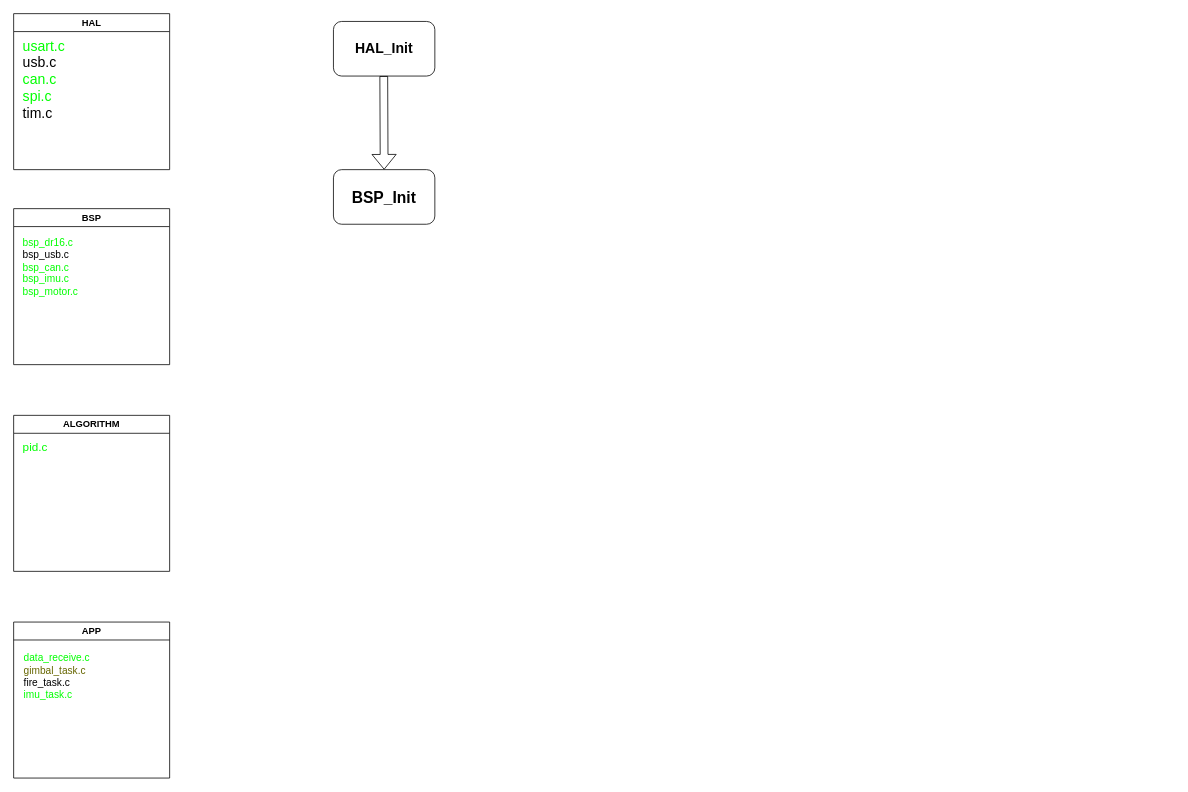
This is demo.drawio from CAYON2023/Git-CAYON, a draw.io file, before an edit. Source tidied: cells renumbered, new cells numbered last; positions are measured from the earlier drawing's top-left corner, leaving out a move shared by most shapes. Both pictures are drawn from the tidied source at 78%, with x=0, y=0 at pixel (13, 13).
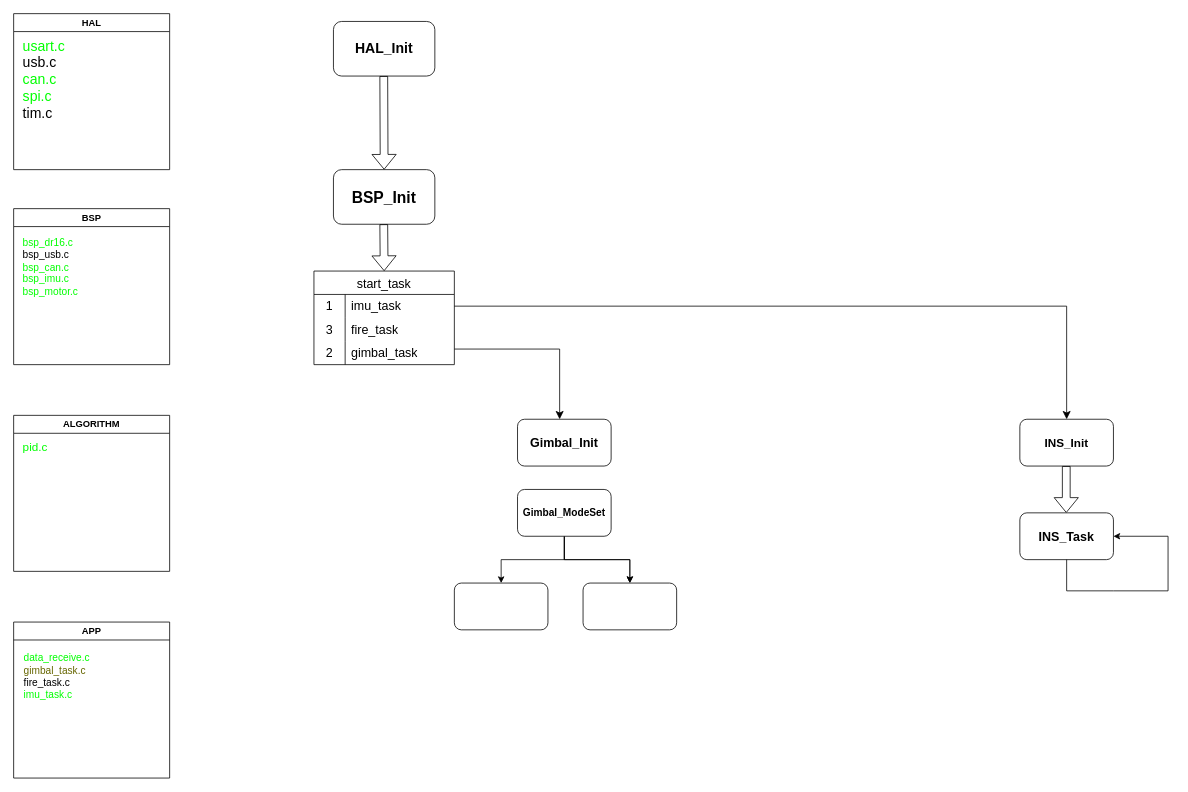
Above is the later version.

The edit, as a diff of the source:
```diff
@@
+    <mxCell id="13" style="shape=flexArrow;endArrow=classic;html=1;rounded=0;" parent="1" edge="1">
+      <mxGeometry relative="1" as="geometry">
+        <mxPoint x="474.5" y="270" as="sourcePoint" />
+        <mxPoint x="475" y="330" as="targetPoint" />
+      </mxGeometry>
+    </mxCell>
+    <mxCell id="14" value="start_task" style="shape=table;startSize=30;childLayout=tableLayout;rowLines=0;fontStyle=0;strokeColor=default;fontSize=16;" parent="1" vertex="1">
+      <mxGeometry x="385" y="330" width="180" height="120" as="geometry" />
+    </mxCell>
+    <mxCell id="15" style="shape=tableRow;horizontal=0;startSize=0;swimlaneHead=0;swimlaneBody=0;top=0;left=0;bottom=0;right=0;fillColor=none;points=[[0,0.5],[1,0.5]];portConstraint=eastwest;strokeColor=inherit;fontSize=16;" parent="14" vertex="1">
+      <mxGeometry y="30" width="180" height="30" as="geometry" />
+    </mxCell>
+    <mxCell id="16" value="1" style="shape=partialRectangle;html=1;whiteSpace=wrap;fillColor=none;top=0;left=0;bottom=0;right=0;overflow=hidden;strokeColor=inherit;fontSize=16;" parent="15" vertex="1">
+      <mxGeometry width="40" height="30" as="geometry" />
+    </mxCell>
+    <mxCell id="17" value="imu_task" style="shape=partialRectangle;html=1;whiteSpace=wrap;fillColor=none;top=0;left=0;bottom=0;right=0;align=left;spacingLeft=6;overflow=hidden;strokeColor=inherit;fontSize=16;" parent="15" vertex="1">
+      <mxGeometry x="40" width="140" height="30" as="geometry" />
+    </mxCell>
+    <mxCell id="18" style="shape=tableRow;horizontal=0;startSize=0;swimlaneHead=0;swimlaneBody=0;top=0;left=0;bottom=0;right=0;fillColor=none;strokeColor=inherit;fontSize=16;" parent="14" vertex="1">
+      <mxGeometry y="60" width="180" height="30" as="geometry" />
+    </mxCell>
+    <mxCell id="19" value="3" style="shape=partialRectangle;html=1;whiteSpace=wrap;fillColor=none;top=0;left=0;bottom=0;right=0;overflow=hidden;strokeColor=inherit;fontSize=16;" parent="18" vertex="1">
+      <mxGeometry width="40" height="30" as="geometry" />
+    </mxCell>
+    <mxCell id="20" value="fire_task" style="shape=partialRectangle;html=1;whiteSpace=wrap;fillColor=none;top=0;left=0;bottom=0;right=0;align=left;spacingLeft=6;overflow=hidden;strokeColor=inherit;fontSize=16;" parent="18" vertex="1">
+      <mxGeometry x="40" width="140" height="30" as="geometry" />
+    </mxCell>
+    <mxCell id="21" style="shape=tableRow;horizontal=0;startSize=0;swimlaneHead=0;swimlaneBody=0;top=0;left=0;bottom=0;right=0;fillColor=none;points=[[0,0.5],[1,0.5]];portConstraint=eastwest;strokeColor=inherit;fontSize=16;" parent="14" vertex="1">
+      <mxGeometry y="90" width="180" height="30" as="geometry" />
+    </mxCell>
+    <mxCell id="22" value="2" style="shape=partialRectangle;html=1;whiteSpace=wrap;fillColor=none;top=0;left=0;bottom=0;right=0;overflow=hidden;strokeColor=inherit;fontSize=16;" parent="21" vertex="1">
+      <mxGeometry width="40" height="30" as="geometry" />
+    </mxCell>
+    <mxCell id="23" value="gimbal_task" style="shape=partialRectangle;html=1;whiteSpace=wrap;fillColor=none;top=0;left=0;bottom=0;right=0;align=left;spacingLeft=6;overflow=hidden;strokeColor=inherit;fontSize=16;" parent="21" vertex="1">
+      <mxGeometry x="40" width="140" height="30" as="geometry" />
+    </mxCell>
+    <mxCell id="24" style="edgeStyle=elbowEdgeStyle;elbow=vertical;endArrow=classic;html=1;curved=0;rounded=0;endSize=8;startSize=8;exitX=1;exitY=0.5;exitDx=0;exitDy=0;" parent="1" edge="1" source="15">
+      <mxGeometry relative="1" as="geometry">
+        <mxPoint x="1350" y="520" as="targetPoint" />
+        <Array as="points">
+          <mxPoint x="596" y="375" />
+        </Array>
+      </mxGeometry>
+    </mxCell>
+    <mxCell id="25" value="&lt;b&gt;&lt;font style=&quot;font-size: 15px;&quot;&gt;INS_Init&lt;/font&gt;&lt;/b&gt;" style="rounded=1;whiteSpace=wrap;html=1;" parent="1" vertex="1">
+      <mxGeometry x="1290" y="520" width="120" height="60" as="geometry" />
+    </mxCell>
+    <mxCell id="26" style="shape=flexArrow;endArrow=classic;html=1;rounded=0;" parent="1" edge="1">
+      <mxGeometry relative="1" as="geometry">
+        <mxPoint x="1349.5" y="580" as="sourcePoint" />
+        <mxPoint x="1349.5" y="640" as="targetPoint" />
+      </mxGeometry>
+    </mxCell>
+    <mxCell id="27" value="&lt;b&gt;&lt;font style=&quot;font-size: 16px;&quot;&gt;INS_Task&lt;/font&gt;&lt;/b&gt;" style="rounded=1;whiteSpace=wrap;html=1;" parent="1" vertex="1">
+      <mxGeometry x="1290" y="640" width="120" height="60" as="geometry" />
+    </mxCell>
+    <mxCell id="28" style="endArrow=classic;html=1;rounded=0;exitX=0.5;exitY=1;exitDx=0;exitDy=0;entryX=1;entryY=0.5;entryDx=0;entryDy=0;" parent="1" edge="1" source="27" target="27">
+      <mxGeometry relative="1" as="geometry">
+        <Array as="points">
+          <mxPoint x="1350" y="740" />
+          <mxPoint x="1410" y="740" />
+          <mxPoint x="1480" y="740" />
+          <mxPoint x="1480" y="670" />
+        </Array>
+      </mxGeometry>
+    </mxCell>
+    <mxCell id="29" style="edgeStyle=segmentEdgeStyle;endArrow=classic;html=1;curved=0;rounded=0;endSize=8;startSize=8;entryX=0.45;entryY=0;entryDx=0;entryDy=0;entryPerimeter=0;" parent="1" edge="1" source="21" target="30">
+      <mxGeometry relative="1" as="geometry">
+        <Array as="points">
+          <mxPoint x="700" y="430" />
+        </Array>
+      </mxGeometry>
+    </mxCell>
+    <mxCell id="30" value="&lt;b&gt;&lt;font style=&quot;font-size: 16px;&quot;&gt;Gimbal_Init&lt;/font&gt;&lt;/b&gt;" style="rounded=1;whiteSpace=wrap;html=1;" parent="1" vertex="1">
+      <mxGeometry x="646" y="520" width="120" height="60" as="geometry" />
+    </mxCell>
+    <mxCell id="31" style="edgeStyle=orthogonalEdgeStyle;rounded=0;jettySize=auto;html=1;" parent="1" edge="1" source="34" target="35">
+      <mxGeometry relative="1" as="geometry" />
+    </mxCell>
+    <mxCell id="32" style="edgeStyle=orthogonalEdgeStyle;rounded=0;jettySize=auto;html=1;" parent="1" edge="1" source="34" target="36">
+      <mxGeometry relative="1" as="geometry" />
+    </mxCell>
+    <mxCell id="33" style="edgeStyle=orthogonalEdgeStyle;rounded=0;jettySize=auto;html=1;" parent="1" edge="1" source="34" target="36">
+      <mxGeometry relative="1" as="geometry" />
+    </mxCell>
+    <mxCell id="34" value="&lt;b style=&quot;&quot;&gt;&lt;font style=&quot;font-size: 13px;&quot;&gt;Gimbal_ModeSet&lt;/font&gt;&lt;br&gt;&lt;/b&gt;" style="rounded=1;whiteSpace=wrap;html=1;" parent="1" vertex="1">
+      <mxGeometry x="646" y="610" width="120" height="60" as="geometry" />
+    </mxCell>
+    <mxCell id="35" style="whiteSpace=wrap;html=1;rounded=1;" parent="1" vertex="1">
+      <mxGeometry x="565" y="730" width="120" height="60" as="geometry" />
+    </mxCell>
+    <mxCell id="36" style="whiteSpace=wrap;html=1;rounded=1;" parent="1" vertex="1">
+      <mxGeometry x="730" y="730" width="120" height="60" as="geometry" />
+    </mxCell>
```
